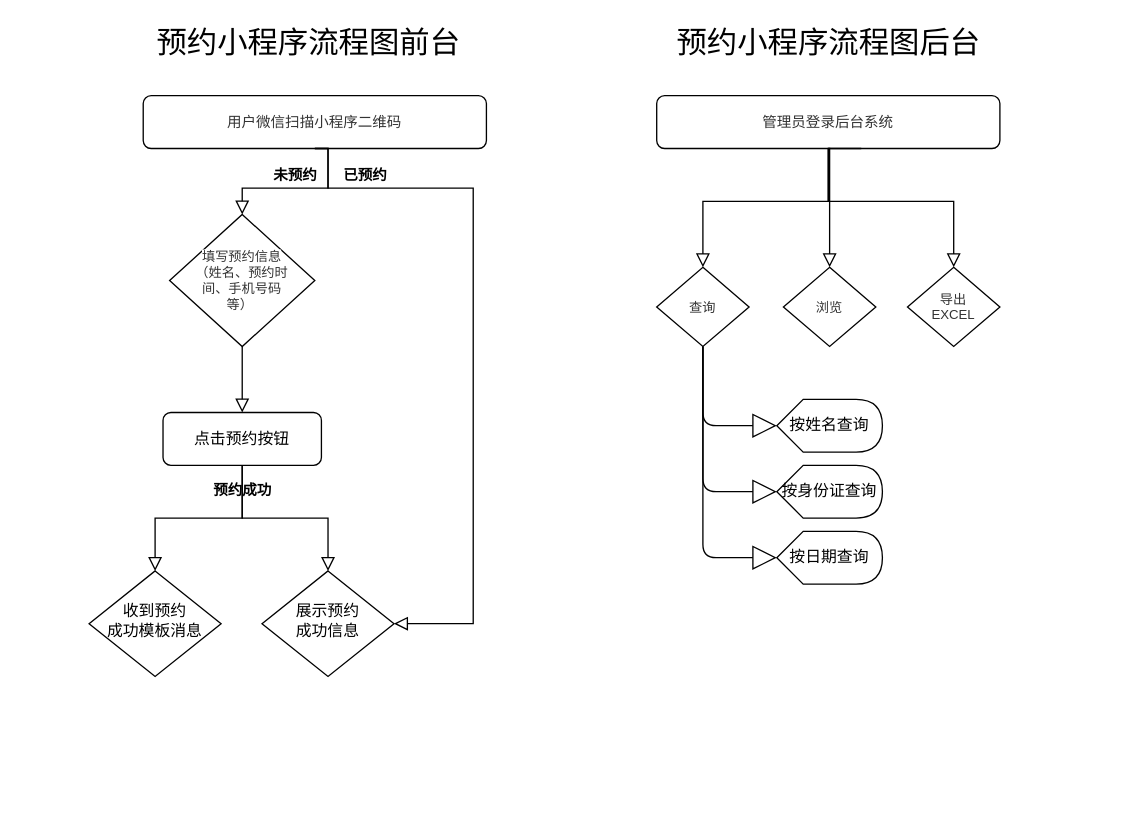
Earlier version of the draw.io diagram 预约小程序.drawio (yisqiu/SimpleMap-wx). Source tidied: cells renumbered, new cells numbered last; positions are measured from the earlier drawing's top-left corner, leaving out a move shared by most shapes. Both pictures are drawn from the tidied source at 132%, with x=0, y=0 at pixel (88, 22).
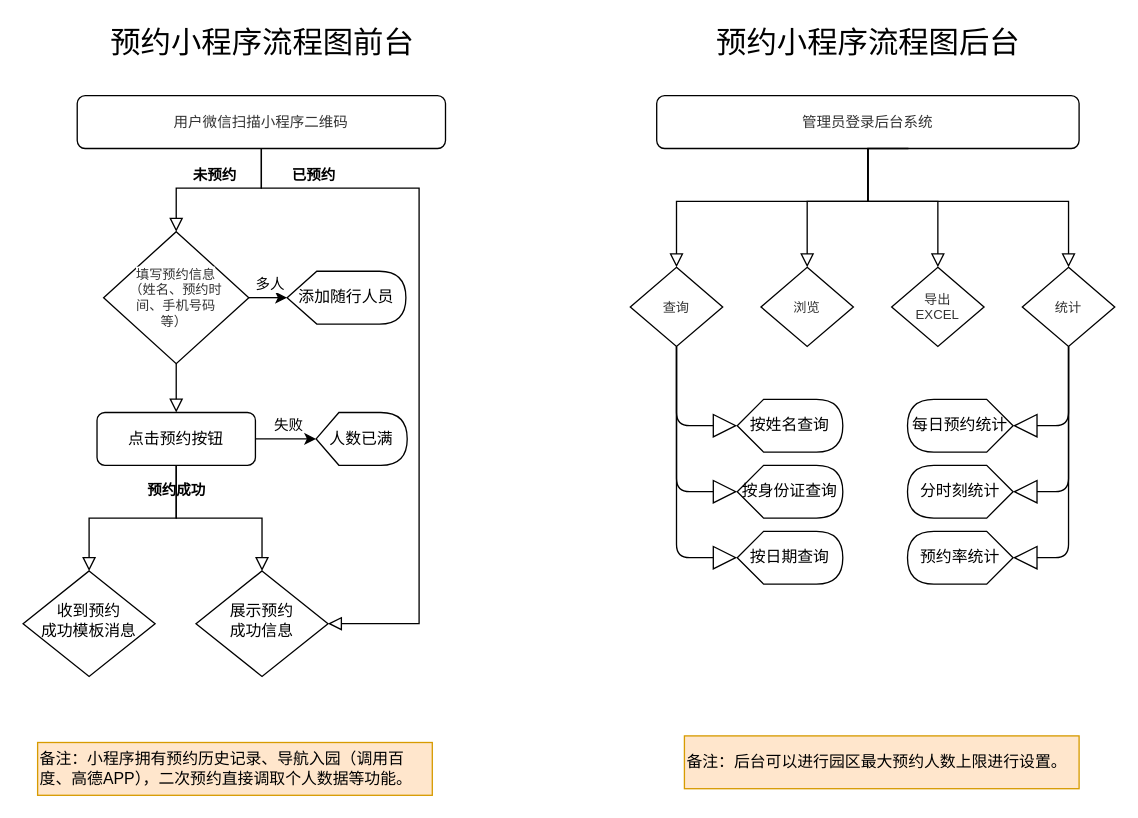
The same diagram, later.

Commit message:
更新预约小程序.drawio

Diff of the diagram source:
```diff
@@
     <mxCell id="2" value="&lt;span style=&quot;color: rgb(51, 51, 51); font-size: 11px; background-color: rgb(255, 255, 255);&quot;&gt;用户微信扫描小程序二维码&lt;/span&gt;" style="rounded=1;whiteSpace=wrap;html=1;fontSize=11;glass=0;strokeWidth=1;shadow=0;" parent="1" vertex="1">
-      <mxGeometry x="41" y="55" width="260" height="40" as="geometry" />
+      <mxGeometry x="-9" y="55" width="279" height="40" as="geometry" />
     </mxCell>
@@
     <mxCell id="4" value="未预约" style="edgeStyle=orthogonalEdgeStyle;rounded=0;html=1;jettySize=auto;fontSize=11;endArrow=block;endFill=0;endSize=8;strokeWidth=1;shadow=0;labelBackgroundColor=none;exitX=0.5;exitY=1;exitDx=0;exitDy=0;entryX=0.5;entryY=0;entryDx=0;entryDy=0;fontStyle=1;" parent="1" edge="1" source="2" target="5">
       <mxGeometry x="0.04" y="-10" relative="1" as="geometry">
         <Array as="points">
-          <mxPoint x="181" y="95" />
-          <mxPoint x="181" y="125" />
-          <mxPoint x="116" y="125" />
+          <mxPoint x="131" y="95" />
+          <mxPoint x="131" y="125" />
+          <mxPoint x="66" y="125" />
         </Array>
       </mxGeometry>
     </mxCell>
     <mxCell id="5" value="&lt;span style=&quot;color: rgb(51 , 51 , 51) ; background-color: rgb(255 , 255 , 255) ; font-size: 10px&quot;&gt;填写预约信息&lt;br&gt;（姓名、预约时间、手机号码等）&amp;nbsp;&lt;/span&gt;" style="rhombus;whiteSpace=wrap;html=1;shadow=0;fontFamily=Helvetica;fontSize=10;align=center;strokeWidth=1;spacing=10;spacingTop=10;spacingLeft=10;spacingBottom=10;spacingRight=10;" parent="1" vertex="1">
-      <mxGeometry x="61" y="145" width="110" height="100" as="geometry" />
+      <mxGeometry x="11" y="158" width="110" height="100" as="geometry" />
     </mxCell>
     <mxCell id="6" value="点击预约按钮" style="rounded=1;whiteSpace=wrap;html=1;fontSize=12;glass=0;strokeWidth=1;shadow=0;" parent="1" vertex="1">
-      <mxGeometry x="56" y="295" width="120" height="40" as="geometry" />
+      <mxGeometry x="6" y="295" width="120" height="40" as="geometry" />
     </mxCell>
@@
     <mxCell id="8" value="已预约" style="edgeStyle=orthogonalEdgeStyle;rounded=0;html=1;jettySize=auto;fontSize=11;endArrow=block;endFill=0;endSize=8;strokeWidth=1;shadow=0;labelBackgroundColor=none;exitX=0.5;exitY=1;exitDx=0;exitDy=0;fontStyle=1;entryX=1;entryY=0.5;entryDx=0;entryDy=0;" parent="1" edge="1" source="2" target="10">
       <mxGeometry x="-0.75" y="10" relative="1" as="geometry">
         <Array as="points">
-          <mxPoint x="181" y="95" />
-          <mxPoint x="181" y="125" />
-          <mxPoint x="291" y="125" />
-          <mxPoint x="291" y="455" />
+          <mxPoint x="131" y="95" />
+          <mxPoint x="131" y="125" />
+          <mxPoint x="250" y="125" />
+          <mxPoint x="250" y="455" />
         </Array>
       </mxGeometry>
     </mxCell>
     <mxCell id="9" value="收到预约&lt;br&gt;成功模板消息" style="rhombus;whiteSpace=wrap;html=1;shadow=0;fontFamily=Helvetica;fontSize=12;align=center;strokeWidth=1;spacing=6;spacingTop=-4;" parent="1" vertex="1">
-      <mxGeometry y="415" width="100" height="80" as="geometry" />
+      <mxGeometry x="-50" y="415" width="100" height="80" as="geometry" />
     </mxCell>
     <mxCell id="10" value="展示预约&lt;br&gt;成功信息" style="rhombus;whiteSpace=wrap;html=1;shadow=0;fontFamily=Helvetica;fontSize=12;align=center;strokeWidth=1;spacing=6;spacingTop=-4;" parent="1" vertex="1">
-      <mxGeometry x="131" y="415" width="100" height="80" as="geometry" />
+      <mxGeometry x="81" y="415" width="100" height="80" as="geometry" />
     </mxCell>
@@
     <mxCell id="12" value="预约小程序流程图前台" style="text;html=1;align=center;verticalAlign=middle;fontSize=23;fontStyle=0;" parent="1" vertex="1">
-      <mxGeometry x="41" width="250" height="30" as="geometry" />
+      <mxGeometry x="5.5" width="250" height="30" as="geometry" />
     </mxCell>
     <mxCell id="13" value="预约小程序流程图后台" style="text;html=1;align=center;verticalAlign=middle;fontSize=23;fontStyle=0;" parent="1" vertex="1">
-      <mxGeometry x="435" width="250" height="30" as="geometry" />
+      <mxGeometry x="465" width="250" height="30" as="geometry" />
     </mxCell>
     <mxCell id="14" value="&lt;font color=&quot;#333333&quot;&gt;&lt;span style=&quot;background-color: rgb(255 , 255 , 255)&quot;&gt;管理员登录后台系统&lt;/span&gt;&lt;/font&gt;" style="rounded=1;whiteSpace=wrap;html=1;fontSize=11;glass=0;strokeWidth=1;shadow=0;" parent="1" vertex="1">
-      <mxGeometry x="430" y="55" width="260" height="40" as="geometry" />
+      <mxGeometry x="430" y="55" width="320" height="40" as="geometry" />
     </mxCell>
     <mxCell id="15" value="&lt;font color=&quot;#333333&quot;&gt;&lt;span style=&quot;background-color: rgb(255 , 255 , 255)&quot;&gt;查询&lt;/span&gt;&lt;/font&gt;" style="rhombus;whiteSpace=wrap;html=1;shadow=0;fontFamily=Helvetica;fontSize=10;align=center;strokeWidth=1;spacing=10;spacingTop=10;spacingLeft=10;spacingBottom=10;spacingRight=10;" parent="1" vertex="1">
-      <mxGeometry x="430" y="185" width="70" height="60" as="geometry" />
+      <mxGeometry x="410" y="185" width="70" height="60" as="geometry" />
     </mxCell>
     <mxCell id="16" value="&lt;font color=&quot;#333333&quot;&gt;&lt;span style=&quot;background-color: rgb(255 , 255 , 255)&quot;&gt;浏览&lt;/span&gt;&lt;/font&gt;" style="rhombus;whiteSpace=wrap;html=1;shadow=0;fontFamily=Helvetica;fontSize=10;align=center;strokeWidth=1;spacing=10;spacingTop=10;spacingLeft=10;spacingBottom=10;spacingRight=10;" parent="1" vertex="1">
-      <mxGeometry x="526" y="185" width="70" height="60" as="geometry" />
+      <mxGeometry x="509" y="185" width="70" height="60" as="geometry" />
     </mxCell>
     <mxCell id="17" value="&lt;font color=&quot;#333333&quot;&gt;&lt;span style=&quot;background-color: rgb(255 , 255 , 255)&quot;&gt;导出EXCEL&lt;/span&gt;&lt;/font&gt;" style="rhombus;whiteSpace=wrap;html=1;shadow=0;fontFamily=Helvetica;fontSize=10;align=center;strokeWidth=1;spacing=10;spacingTop=10;spacingLeft=10;spacingBottom=10;spacingRight=10;" parent="1" vertex="1">
-      <mxGeometry x="620" y="185" width="70" height="60" as="geometry" />
+      <mxGeometry x="608" y="185" width="70" height="60" as="geometry" />
     </mxCell>
     <mxCell id="18" style="edgeStyle=orthogonalEdgeStyle;rounded=0;html=1;jettySize=auto;fontSize=11;endArrow=block;endFill=0;endSize=8;strokeWidth=1;shadow=0;labelBackgroundColor=none;fontStyle=1;entryX=0.5;entryY=0;entryDx=0;entryDy=0;exitX=0.5;exitY=1;exitDx=0;exitDy=0;" parent="1" edge="1" source="14" target="15">
       <mxGeometry x="-0.75" y="10" relative="1" as="geometry">
         <Array as="points">
-          <mxPoint x="560" y="135" />
-          <mxPoint x="465" y="135" />
+          <mxPoint x="590" y="135" />
+          <mxPoint x="445" y="135" />
         </Array>
       </mxGeometry>
     </mxCell>
-    <mxCell id="19" style="edgeStyle=orthogonalEdgeStyle;rounded=0;html=1;jettySize=auto;fontSize=11;endArrow=block;endFill=0;endSize=8;strokeWidth=1;shadow=0;labelBackgroundColor=none;fontStyle=1;entryX=0.5;entryY=0;entryDx=0;entryDy=0;exitX=0.5;exitY=1;exitDx=0;exitDy=0;" parent="1" edge="1" source="14" target="16">
+    <mxCell id="19" style="edgeStyle=orthogonalEdgeStyle;rounded=0;html=1;jettySize=auto;fontSize=11;endArrow=block;endFill=0;endSize=8;strokeWidth=1;shadow=0;labelBackgroundColor=none;fontStyle=1;exitX=0.5;exitY=1;exitDx=0;exitDy=0;entryX=0.5;entryY=0;entryDx=0;entryDy=0;" parent="1" edge="1" source="14" target="16">
       <mxGeometry x="-0.75" y="10" relative="1" as="geometry">
         <Array as="points">
-          <mxPoint x="561" y="95" />
+          <mxPoint x="590" y="135" />
+          <mxPoint x="544" y="135" />
         </Array>
       </mxGeometry>
     </mxCell>
     <mxCell id="20" style="edgeStyle=orthogonalEdgeStyle;rounded=0;html=1;jettySize=auto;fontSize=11;endArrow=block;endFill=0;endSize=8;strokeWidth=1;shadow=0;labelBackgroundColor=none;fontStyle=1;entryX=0.5;entryY=0;entryDx=0;entryDy=0;exitX=0.596;exitY=1;exitDx=0;exitDy=0;exitPerimeter=0;" parent="1" edge="1" source="14" target="17">
       <mxGeometry x="-0.75" y="10" relative="1" as="geometry">
         <Array as="points">
-          <mxPoint x="560" y="95" />
-          <mxPoint x="560" y="135" />
-          <mxPoint x="655" y="135" />
+          <mxPoint x="590" y="95" />
+          <mxPoint x="590" y="135" />
+          <mxPoint x="643" y="135" />
         </Array>
       </mxGeometry>
     </mxCell>
     <mxCell id="21" value="按姓名查询" style="shape=display;whiteSpace=wrap;html=1;" parent="1" vertex="1">
-      <mxGeometry x="521" y="285" width="80" height="40" as="geometry" />
+      <mxGeometry x="491" y="285" width="80" height="40" as="geometry" />
     </mxCell>
-    <mxCell id="22" style="edgeStyle=orthogonalEdgeStyle;html=1;labelBackgroundColor=none;startFill=0;startSize=8;endArrow=block;endFill=0;endSize=16;fontFamily=Verdana;fontSize=12;exitX=0.5;exitY=1;exitDx=0;exitDy=0;entryX=0;entryY=0.5;entryDx=0;entryDy=0;entryPerimeter=0;" parent="1" edge="1" source="15" target="21">
+    <mxCell id="22" style="edgeStyle=orthogonalEdgeStyle;html=1;labelBackgroundColor=none;startFill=0;startSize=8;endArrow=block;endFill=0;endSize=16;fontFamily=Verdana;fontSize=12;entryX=0;entryY=0.5;entryDx=0;entryDy=0;entryPerimeter=0;exitX=0.5;exitY=1;exitDx=0;exitDy=0;" parent="1" edge="1" source="15" target="21">
       <mxGeometry relative="1" as="geometry">
         <Array as="points">
-          <mxPoint x="465" y="305" />
+          <mxPoint x="445" y="305" />
         </Array>
       </mxGeometry>
     </mxCell>
     <mxCell id="23" value="按身份证查询" style="shape=display;whiteSpace=wrap;html=1;" parent="1" vertex="1">
-      <mxGeometry x="521" y="335" width="80" height="40" as="geometry" />
+      <mxGeometry x="491" y="335" width="80" height="40" as="geometry" />
     </mxCell>
-    <mxCell id="24" style="edgeStyle=orthogonalEdgeStyle;html=1;labelBackgroundColor=none;startFill=0;startSize=8;endArrow=block;endFill=0;endSize=16;fontFamily=Verdana;fontSize=12;entryX=0;entryY=0.5;entryDx=0;entryDy=0;entryPerimeter=0;" parent="1" edge="1" target="23">
+    <mxCell id="24" style="edgeStyle=orthogonalEdgeStyle;html=1;labelBackgroundColor=none;startFill=0;startSize=8;endArrow=block;endFill=0;endSize=16;fontFamily=Verdana;fontSize=12;entryX=0;entryY=0.5;entryDx=0;entryDy=0;entryPerimeter=0;exitX=0.5;exitY=1;exitDx=0;exitDy=0;" parent="1" edge="1" source="15" target="23">
       <mxGeometry relative="1" as="geometry">
-        <mxPoint x="465" y="245" as="sourcePoint" />
         <Array as="points">
-          <mxPoint x="465" y="355" />
+          <mxPoint x="445" y="355" />
         </Array>
       </mxGeometry>
     </mxCell>
     <mxCell id="25" value="按日期查询" style="shape=display;whiteSpace=wrap;html=1;" parent="1" vertex="1">
-      <mxGeometry x="521" y="385" width="80" height="40" as="geometry" />
+      <mxGeometry x="491" y="385" width="80" height="40" as="geometry" />
     </mxCell>
-    <mxCell id="26" style="edgeStyle=orthogonalEdgeStyle;html=1;labelBackgroundColor=none;startFill=0;startSize=8;endArrow=block;endFill=0;endSize=16;fontFamily=Verdana;fontSize=12;entryX=0;entryY=0.5;entryDx=0;entryDy=0;entryPerimeter=0;" parent="1" edge="1" target="25">
+    <mxCell id="26" style="edgeStyle=orthogonalEdgeStyle;html=1;labelBackgroundColor=none;startFill=0;startSize=8;endArrow=block;endFill=0;endSize=16;fontFamily=Verdana;fontSize=12;entryX=0;entryY=0.5;entryDx=0;entryDy=0;entryPerimeter=0;exitX=0.5;exitY=1;exitDx=0;exitDy=0;" parent="1" edge="1" source="15" target="25">
       <mxGeometry relative="1" as="geometry">
-        <mxPoint x="465" y="245" as="sourcePoint" />
         <Array as="points">
-          <mxPoint x="465" y="405" />
+          <mxPoint x="445" y="405" />
         </Array>
       </mxGeometry>
     </mxCell>
+    <mxCell id="27" value="失败" style="edgeStyle=segmentEdgeStyle;endArrow=classic;html=1;exitX=1;exitY=0.5;exitDx=0;exitDy=0;entryX=0;entryY=0.5;entryDx=0;entryDy=0;entryPerimeter=0;" parent="1" edge="1" source="6" target="28">
+      <mxGeometry x="0.09" y="10" relative="1" as="geometry" />
+    </mxCell>
+    <mxCell id="28" value="人数已满" style="shape=display;whiteSpace=wrap;html=1;" parent="1" vertex="1">
+      <mxGeometry x="172" y="295" width="69" height="40" as="geometry" />
+    </mxCell>
+    <mxCell id="29" style="edgeStyle=orthogonalEdgeStyle;rounded=0;html=1;jettySize=auto;fontSize=11;endArrow=block;endFill=0;endSize=8;strokeWidth=1;shadow=0;labelBackgroundColor=none;fontStyle=1;entryX=0.5;entryY=0;entryDx=0;entryDy=0;" parent="1" edge="1" target="30">
+      <mxGeometry x="-0.75" y="10" relative="1" as="geometry">
+        <mxPoint x="590" y="95" as="sourcePoint" />
+        <Array as="points">
+          <mxPoint x="590" y="95" />
+          <mxPoint x="590" y="135" />
+          <mxPoint x="742" y="135" />
+        </Array>
+      </mxGeometry>
+    </mxCell>
+    <mxCell id="30" value="&lt;font color=&quot;#333333&quot;&gt;&lt;span style=&quot;background-color: rgb(255 , 255 , 255)&quot;&gt;统计&lt;/span&gt;&lt;/font&gt;" style="rhombus;whiteSpace=wrap;html=1;shadow=0;fontFamily=Helvetica;fontSize=10;align=center;strokeWidth=1;spacing=10;spacingTop=10;spacingLeft=10;spacingBottom=10;spacingRight=10;" parent="1" vertex="1">
+      <mxGeometry x="707" y="185" width="70" height="60" as="geometry" />
+    </mxCell>
+    <mxCell id="31" style="edgeStyle=orthogonalEdgeStyle;html=1;labelBackgroundColor=none;startFill=0;startSize=8;endArrow=block;endFill=0;endSize=16;fontFamily=Verdana;fontSize=12;exitX=0.5;exitY=1;exitDx=0;exitDy=0;" parent="1" edge="1" source="30">
+      <mxGeometry relative="1" as="geometry">
+        <mxPoint x="700" y="405" as="targetPoint" />
+        <Array as="points">
+          <mxPoint x="742" y="405" />
+        </Array>
+      </mxGeometry>
+    </mxCell>
+    <mxCell id="32" value="预约率统计" style="shape=display;whiteSpace=wrap;html=1;flipH=1;" parent="1" vertex="1">
+      <mxGeometry x="620" y="385" width="80" height="40" as="geometry" />
+    </mxCell>
+    <mxCell id="33" value="分时刻统计" style="shape=display;whiteSpace=wrap;html=1;flipH=1;" parent="1" vertex="1">
+      <mxGeometry x="620" y="335" width="80" height="40" as="geometry" />
+    </mxCell>
+    <mxCell id="34" value="每日预约统计" style="shape=display;whiteSpace=wrap;html=1;flipH=1;" parent="1" vertex="1">
+      <mxGeometry x="620" y="285" width="80" height="40" as="geometry" />
+    </mxCell>
+    <mxCell id="35" style="edgeStyle=orthogonalEdgeStyle;html=1;labelBackgroundColor=none;startFill=0;startSize=8;endArrow=block;endFill=0;endSize=16;fontFamily=Verdana;fontSize=12;exitX=0.5;exitY=1;exitDx=0;exitDy=0;entryX=0;entryY=0.5;entryDx=0;entryDy=0;entryPerimeter=0;" parent="1" edge="1" source="30" target="33">
+      <mxGeometry relative="1" as="geometry">
+        <Array as="points">
+          <mxPoint x="742" y="355" />
+        </Array>
+      </mxGeometry>
+    </mxCell>
+    <mxCell id="36" style="edgeStyle=orthogonalEdgeStyle;html=1;labelBackgroundColor=none;startFill=0;startSize=8;endArrow=block;endFill=0;endSize=16;fontFamily=Verdana;fontSize=12;exitX=0.5;exitY=1;exitDx=0;exitDy=0;entryX=0;entryY=0.5;entryDx=0;entryDy=0;entryPerimeter=0;" parent="1" edge="1" source="30" target="34">
+      <mxGeometry relative="1" as="geometry">
+        <Array as="points">
+          <mxPoint x="742" y="305" />
+        </Array>
+      </mxGeometry>
+    </mxCell>
+    <mxCell id="37" value="多人" style="edgeStyle=segmentEdgeStyle;endArrow=classic;html=1;exitX=1;exitY=0.5;exitDx=0;exitDy=0;entryX=0;entryY=0.5;entryDx=0;entryDy=0;entryPerimeter=0;" parent="1" edge="1" source="5" target="38">
+      <mxGeometry x="0.09" y="10" relative="1" as="geometry" />
+    </mxCell>
+    <mxCell id="38" value="添加随行人员" style="shape=display;whiteSpace=wrap;html=1;" parent="1" vertex="1">
+      <mxGeometry x="150" y="188" width="90" height="40" as="geometry" />
+    </mxCell>
+    <mxCell id="39" value="备注：小程序拥有预约历史记录、导航入园（调用百度、高德APP），二次预约直接调取个人数据等功能。" style="rounded=0;whiteSpace=wrap;html=1;align=left;fillColor=#ffe6cc;strokeColor=#d79b00;" parent="1" vertex="1">
+      <mxGeometry x="-39" y="545" width="299" height="40" as="geometry" />
+    </mxCell>
+    <mxCell id="40" value="备注：后台可以进行园区最大预约人数上限进行设置。" style="rounded=0;whiteSpace=wrap;html=1;align=left;fillColor=#ffe6cc;strokeColor=#d79b00;" parent="1" vertex="1">
+      <mxGeometry x="451" y="540" width="299" height="40" as="geometry" />
+    </mxCell>
```
